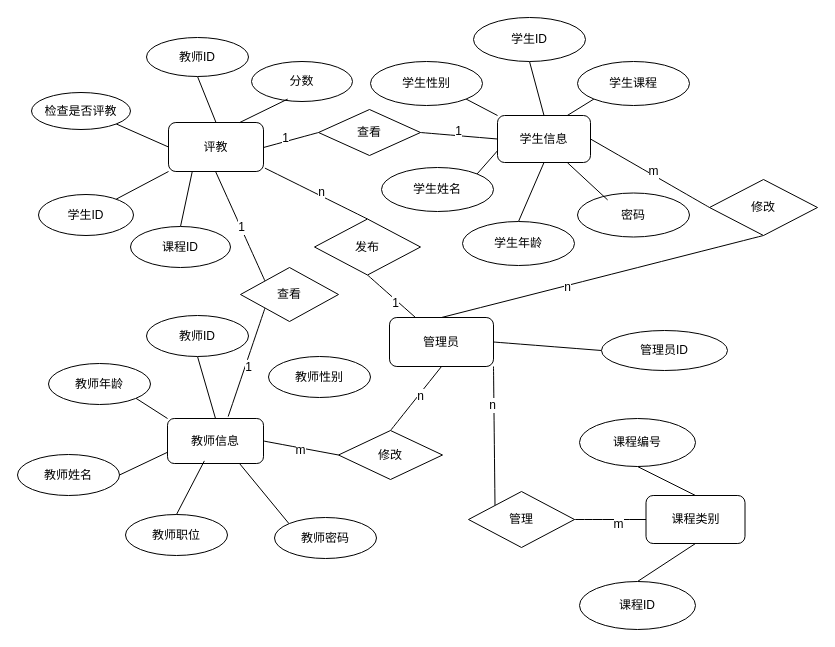
Before: page "ER" (4 of 7) of 未命名绘图.drawio in mao-user/2024code, a draw.io diagram. Source tidied: cells renumbered, new cells numbered last; positions are measured from the earlier drawing's top-left corner, leaving out a move shared by most shapes. Both pictures are drawn from the tidied source at 100%, with x=0, y=0 at pixel (17, 17).
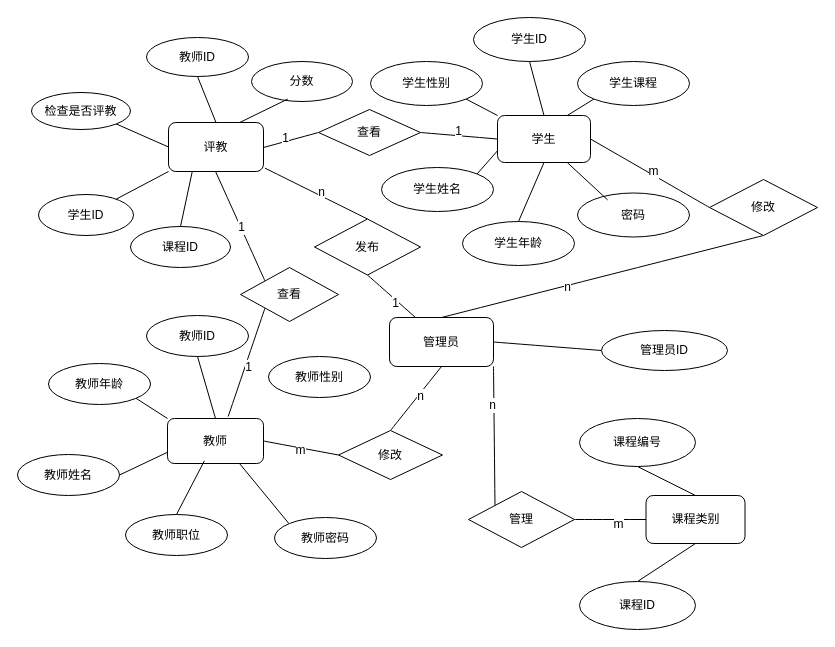
Above is the later version.

Change to the diagram source:
```diff
@@
-    <mxCell id="47" value="学生信息" style="rounded=1;whiteSpace=wrap;html=1;" parent="1" vertex="1">
+    <mxCell id="47" value="学生" style="rounded=1;whiteSpace=wrap;html=1;" parent="1" vertex="1">
       <mxGeometry x="480" y="98" width="93" height="47" as="geometry" />
     </mxCell>
-    <mxCell id="48" value="教师信息" style="rounded=1;whiteSpace=wrap;html=1;" parent="1" vertex="1">
+    <mxCell id="48" value="教师" style="rounded=1;whiteSpace=wrap;html=1;" parent="1" vertex="1">
       <mxGeometry x="150" y="401" width="96" height="45" as="geometry" />
     </mxCell>
```
